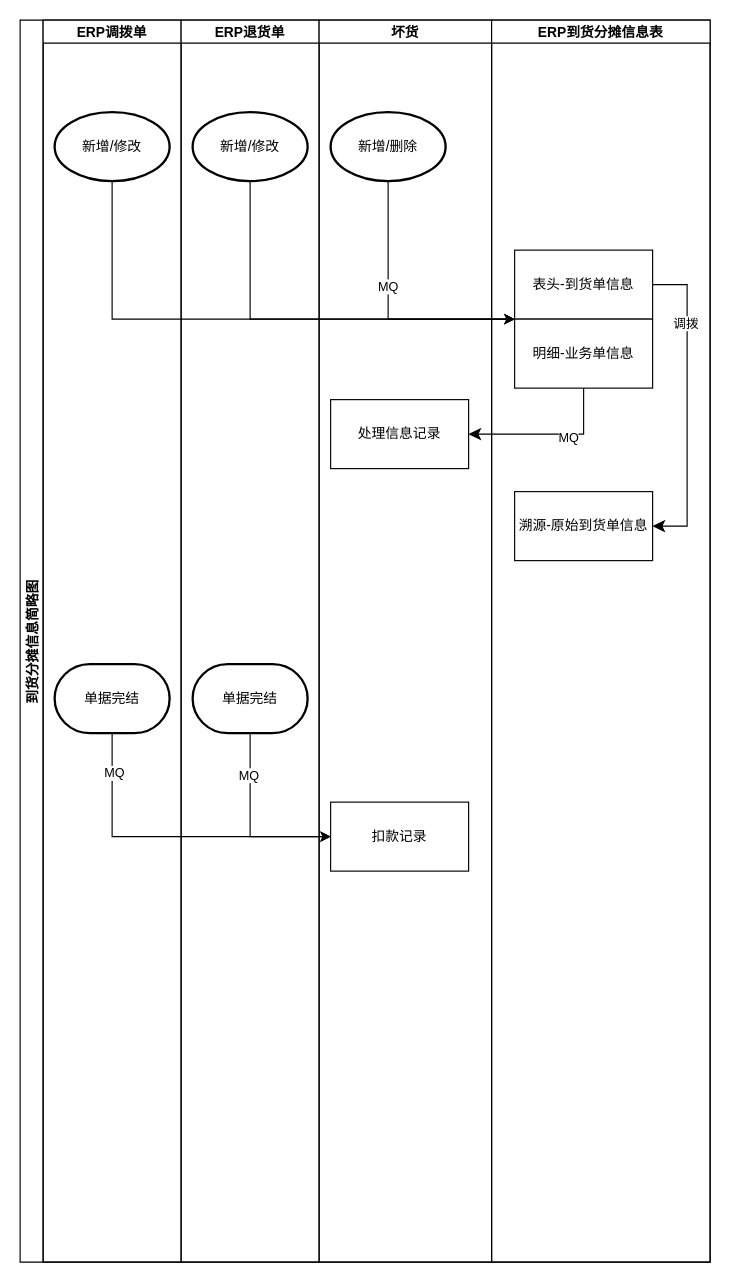
Above: 退货坏货调拨控制到货数量.drawio in fengj1202/draw (draw.io), before the change. Source tidied: cells renumbered, new cells numbered last; positions are measured from the earlier drawing's top-left corner, leaving out a move shared by most shapes. Both pictures are drawn from the tidied source at 115%, with x=0, y=0 at pixel (20, 20).
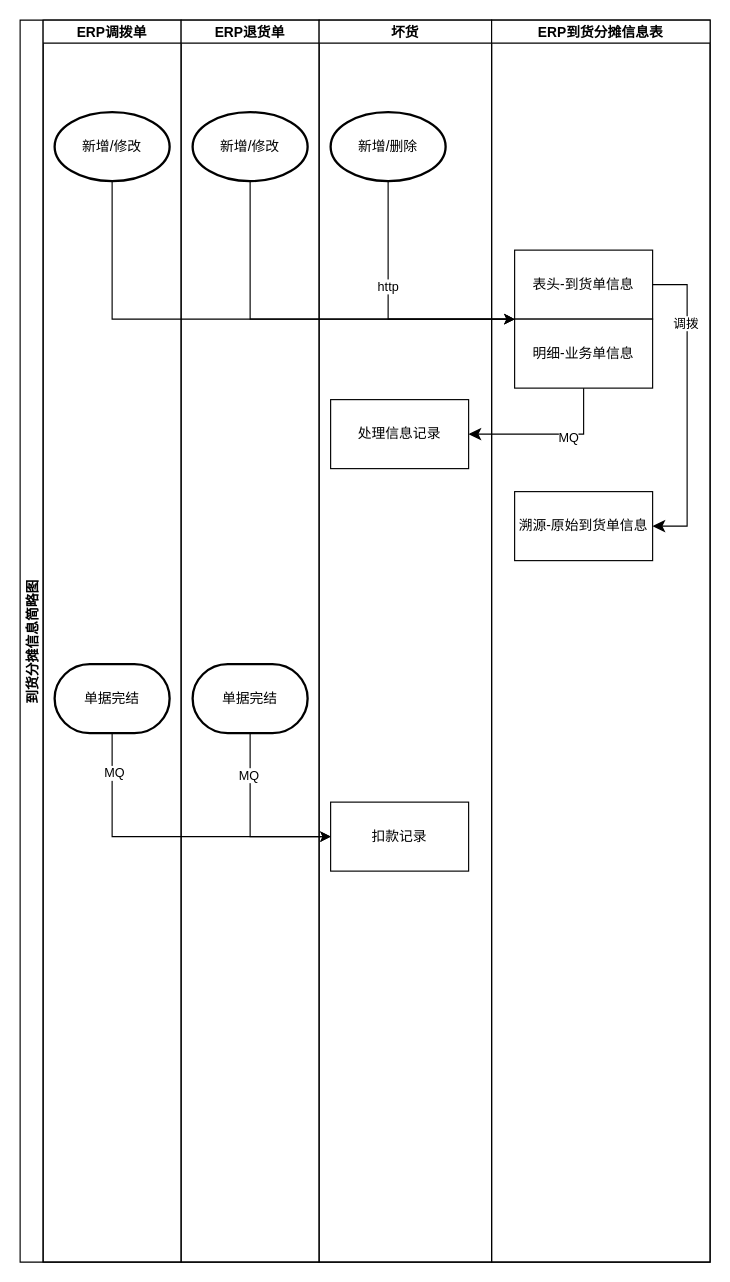
After the change.

Commit message:
更新退货坏货调拨控制到货数量.drawio

The change refers to these unchanged cells:
```xml
<mxCell id="19" style="edgeStyle=orthogonalEdgeStyle;rounded=0;jettySize=auto;html=1;exitX=0.5;exitY=1;exitDx=0;exitDy=0;exitPerimeter=0;entryX=0;entryY=0;entryDx=0;entryDy=0;" parent="2" edge="1" source="10" target="15">
  <mxGeometry relative="1" as="geometry">
    <Array as="points">
      <mxPoint x="320" y="260" />
    </Array>
  </mxGeometry>
</mxCell>
```

What changed in the source:
```diff
@@
-    <mxCell id="20" value="MQ" style="edgeLabel;html=1;align=center;verticalAlign=middle;" parent="19" vertex="1">
+    <mxCell id="20" value="http" style="edgeLabel;html=1;align=center;verticalAlign=middle;" parent="19" vertex="1">
       <mxGeometry x="-0.21" y="-1" relative="1" as="geometry" />
     </mxCell>
```
